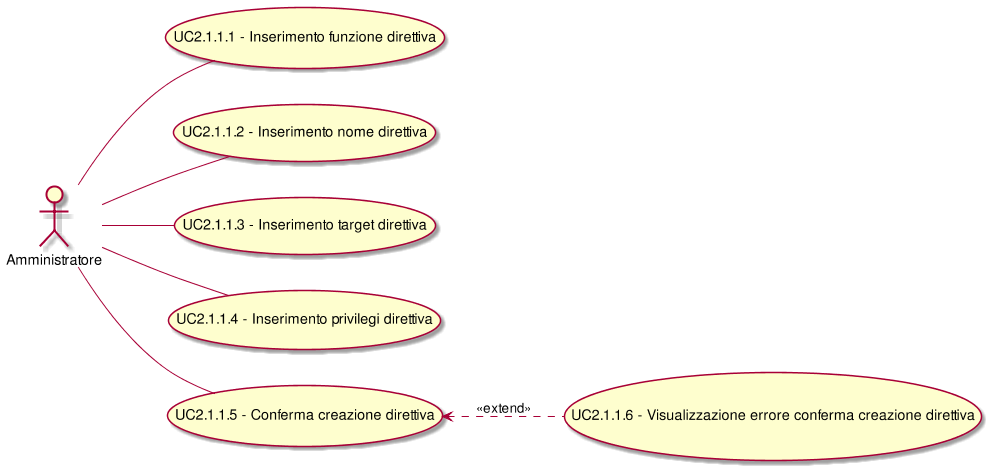
Above: RR/Esterni/AnalisiDeiRequisiti/images/UseCaseUC211.png in CoCodeSWE/Docs (PlantUML), before the change. Its diagram source:
```plantuml
@startuml
scale 1000*1000
left to right direction
(UC2.1.1.5) <.. (UC2.1.1.6): <<extend>>
( UC2.1.1.1 - Inserimento funzione direttiva ) as (UC2.1.1.1)
:Amministratore:--(UC2.1.1.1)
( UC2.1.1.2 - Inserimento nome direttiva ) as (UC2.1.1.2)
:Amministratore:--(UC2.1.1.2)
( UC2.1.1.3 - Inserimento target direttiva ) as (UC2.1.1.3)
:Amministratore:--(UC2.1.1.3)
( UC2.1.1.4 - Inserimento privilegi direttiva ) as (UC2.1.1.4)
:Amministratore:--(UC2.1.1.4)
( UC2.1.1.5 - Conferma creazione direttiva ) as (UC2.1.1.5)
:Amministratore:--(UC2.1.1.5)
( UC2.1.1.6 - Visualizzazione errore conferma creazione direttiva ) as (UC2.1.1.6)
@enduml
```
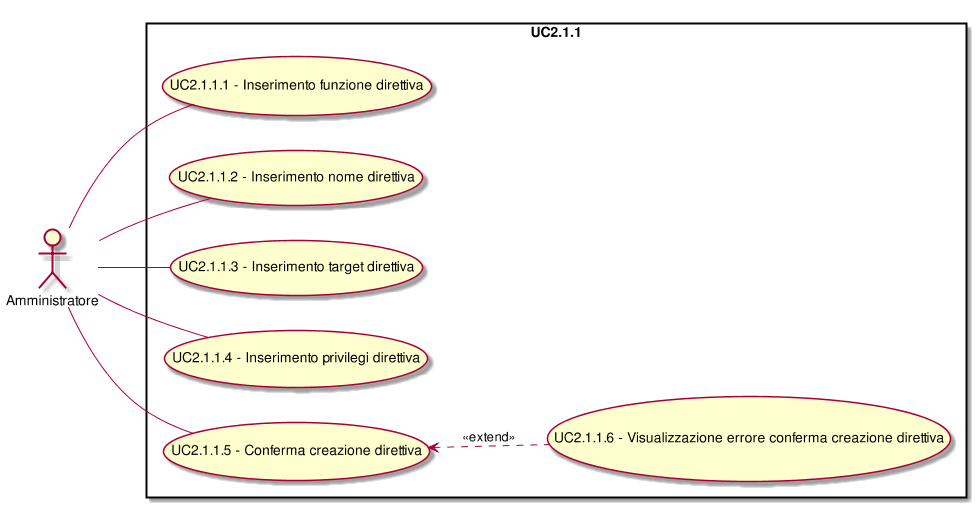
The same file after the commit.

Change to the diagram source:
```diff
@@ -1,6 +1,9 @@
 @startuml
 scale 1000*1000
 left to right direction
+skinparam packageStyle rect
+:Amministratore:
+rectangle UC2.1.1{
 (UC2.1.1.5) <.. (UC2.1.1.6): <<extend>>
 ( UC2.1.1.1 - Inserimento funzione direttiva ) as (UC2.1.1.1)
 :Amministratore:--(UC2.1.1.1)
@@ -13,4 +16,5 @@
 ( UC2.1.1.5 - Conferma creazione direttiva ) as (UC2.1.1.5)
 :Amministratore:--(UC2.1.1.5)
 ( UC2.1.1.6 - Visualizzazione errore conferma creazione direttiva ) as (UC2.1.1.6)
+}
 @enduml
```
